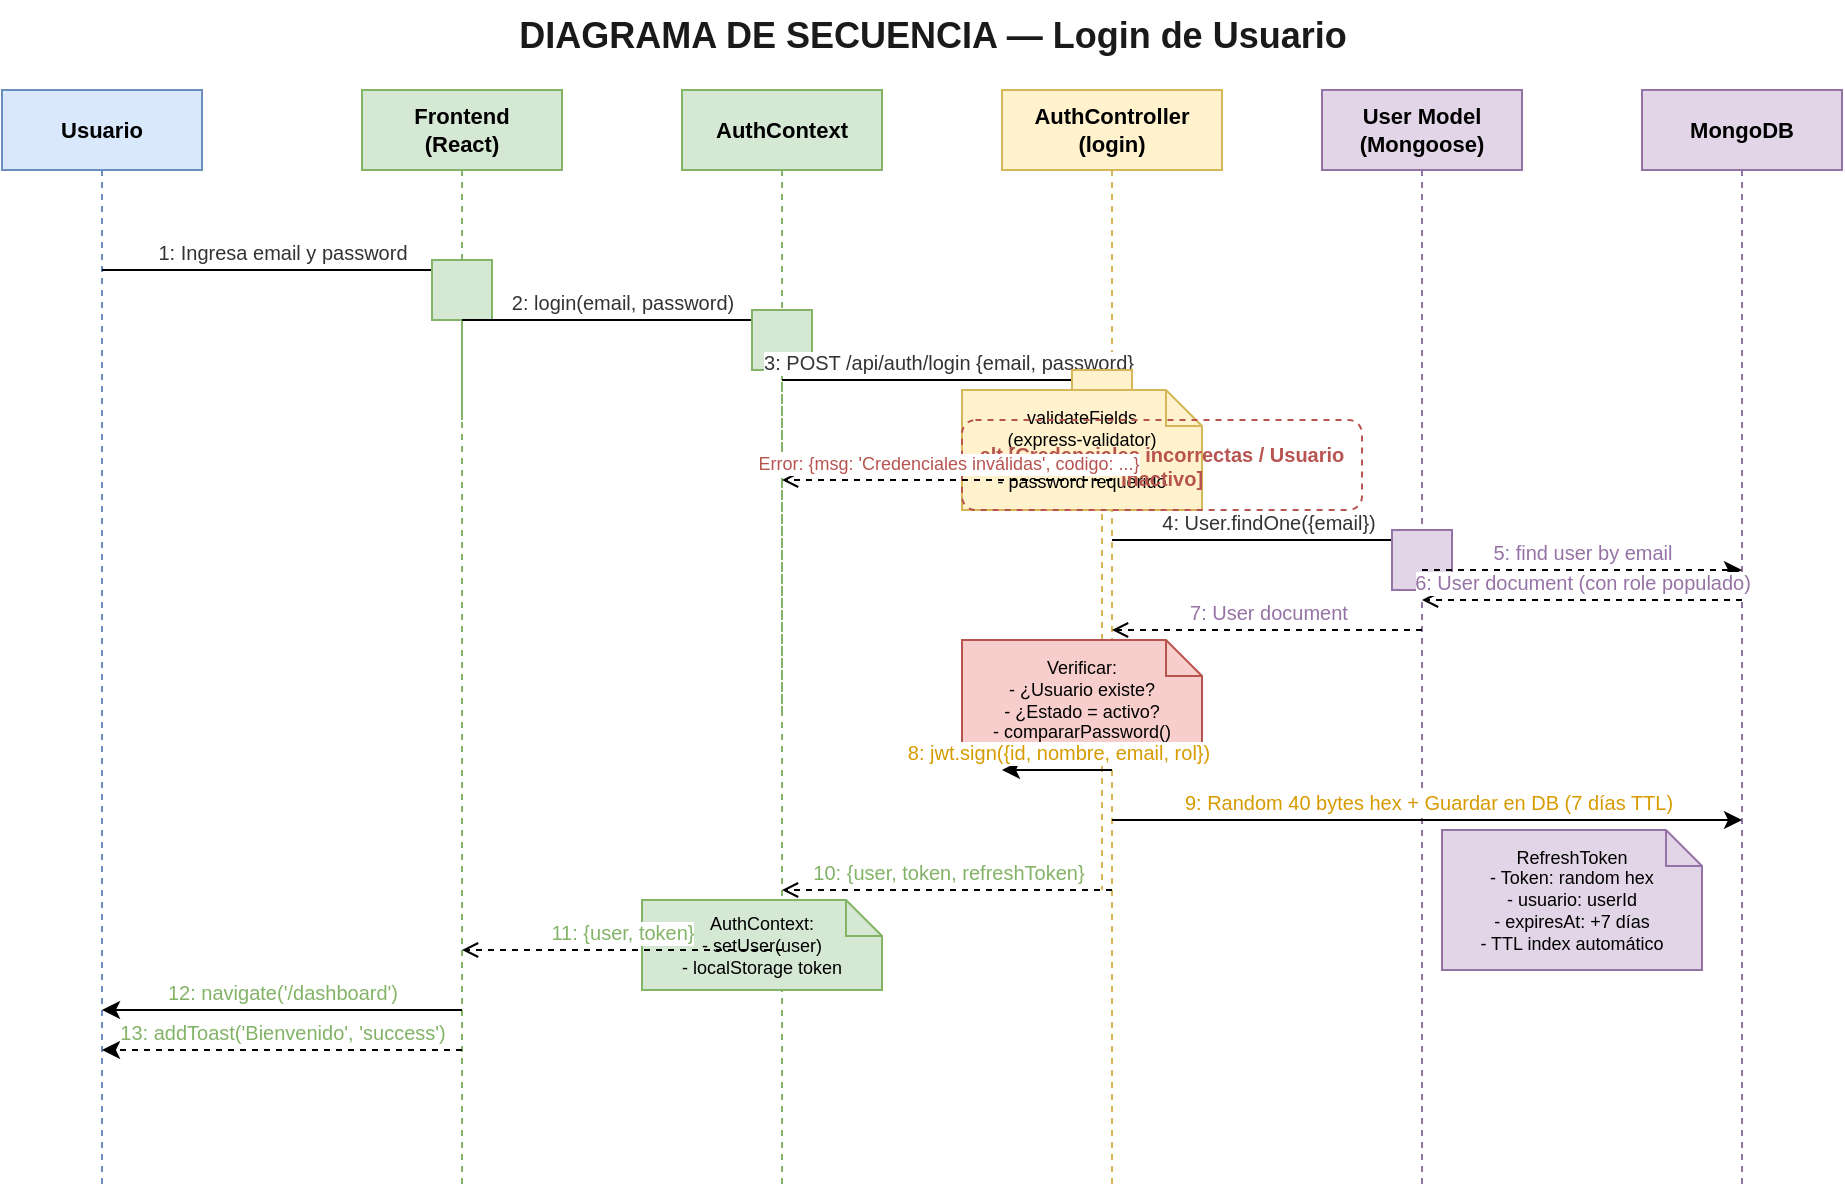
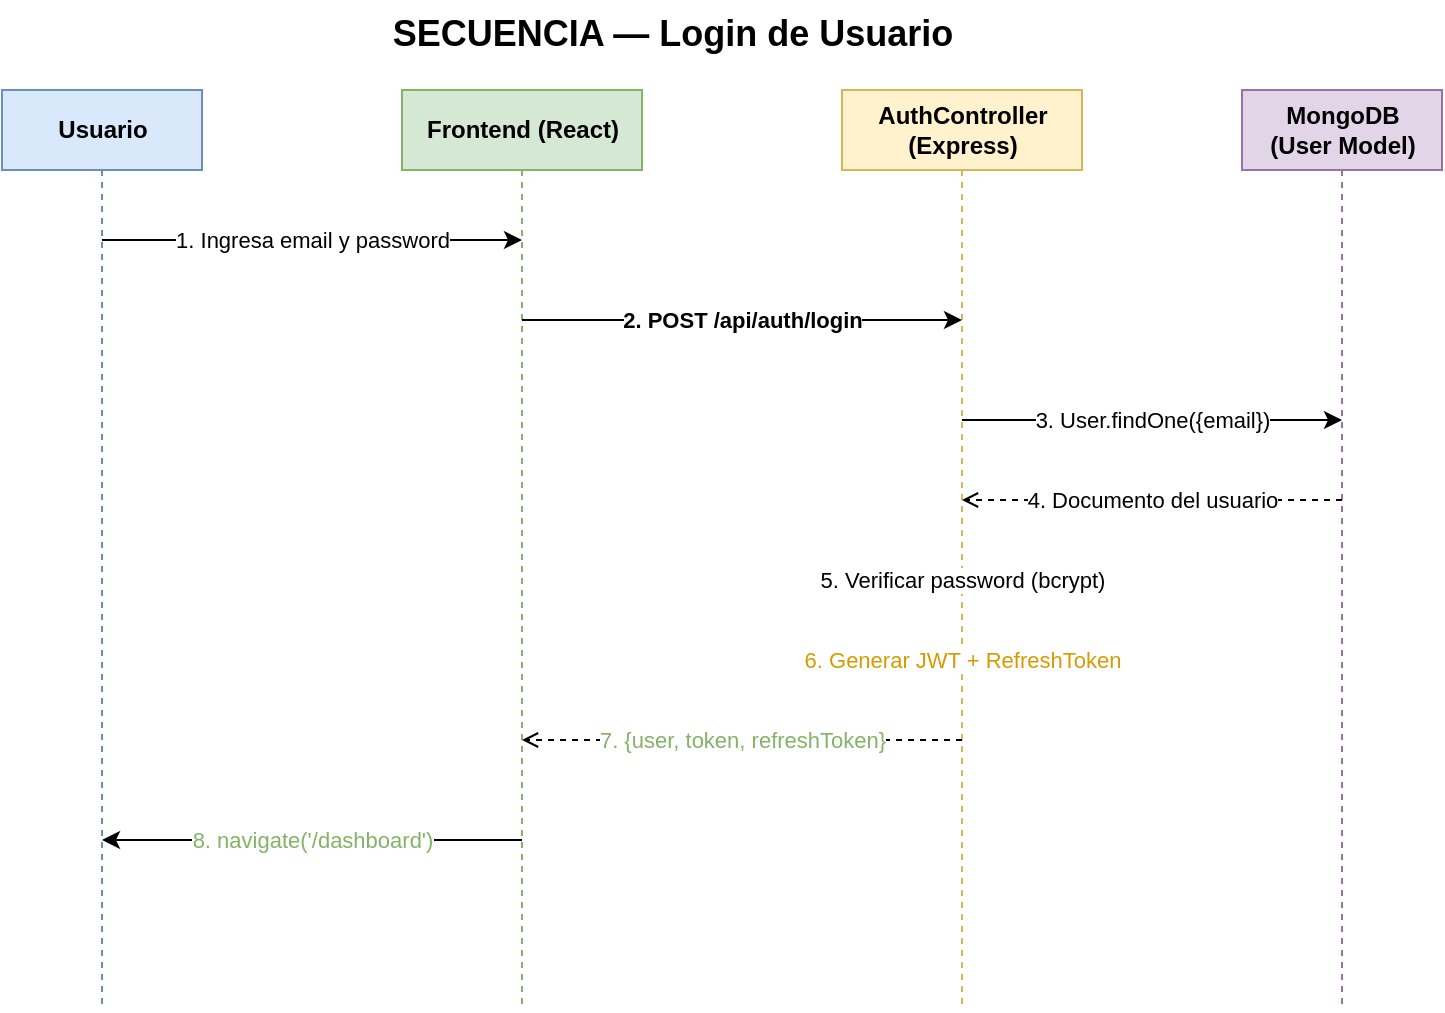
<?xml version="1.0" encoding="UTF-8"?>
- <mxfile host="app.diagrams.net" modified="2026-07-09T14:00:00.000Z" agent="FitControl" version="24.0.0">
-   <diagram name="Secuencia: Login" id="seq-login">
-     <mxGraphModel dx="1200" dy="900" grid="1" gridSize="10" guides="1" tooltips="1" connect="1" arrows="1" fold="1" page="1" pageScale="1" pageWidth="1100" pageHeight="1400" math="0" shadow="0">
+ <mxfile host="app.diagrams.net">
+   <diagram name="Login" id="seq-login">
+     <mxGraphModel dx="1000" dy="700" grid="1" gridSize="10" guides="1" tooltips="1" connect="1" arrows="1" fold="1" page="1" pageScale="1" pageWidth="800" pageHeight="700" math="0" shadow="0">
      <root>
        <mxCell id="0"/>
        <mxCell id="1" parent="0"/>

-         <!-- TITULO -->
-         <mxCell id="title" value="DIAGRAMA DE SECUENCIA — Login de Usuario" style="text;html=1;align=center;verticalAlign=middle;resizable=0;points=[];autosize=1;strokeColor=none;fillColor=none;fontSize=18;fontStyle=1;fontColor=#1A1A1A;" vertex="1" parent="1">
-           <mxGeometry x="300" y="15" width="450" height="35" as="geometry"/>
+         <mxCell id="title" value="SECUENCIA — Login de Usuario" style="text;html=1;align=center;strokeColor=none;fillColor=none;fontSize=18;fontStyle=1;" vertex="1" parent="1">
+           <mxGeometry x="220" y="10" width="350" height="35" as="geometry"/>
        </mxCell>

-         <!-- ACTORES/OBJETOS EN LA PARTE SUPERIOR -->
-         <!-- Usuario -->
-         <mxCell id="actor_usuario" value="Usuario" style="shape=umlLifeline;perimeter=lifelinePerimeter;whiteSpace=wrap;html=1;container=0;collapsible=0;recursiveResize=0;outlineConnect=0;size=40;fillColor=#dae8fc;strokeColor=#6c8ebf;fontStyle=1;fontSize=11;" vertex="1" parent="1">
-           <mxGeometry x="60" y="60" width="100" height="550" as="geometry"/>
+         <!-- LIFELINES -->
+         <mxCell id="l1" value="Usuario" style="shape=umlLifeline;perimeter=lifelinePerimeter;html=1;container=0;collapsible=0;recursiveResize=0;outlineConnect=0;size=40;fillColor=#dae8fc;strokeColor=#6c8ebf;fontStyle=1;fontSize=12;" vertex="1" parent="1">
+           <mxGeometry x="60" y="55" width="100" height="460" as="geometry"/>
        </mxCell>
-         <!-- Frontend -->
-         <mxCell id="actor_frontend" value="Frontend&#xa;(React)" style="shape=umlLifeline;perimeter=lifelinePerimeter;whiteSpace=wrap;html=1;container=0;collapsible=0;recursiveResize=0;outlineConnect=0;size=40;fillColor=#d5e8d4;strokeColor=#82b366;fontStyle=1;fontSize=11;" vertex="1" parent="1">
-           <mxGeometry x="240" y="60" width="100" height="550" as="geometry"/>
+         <mxCell id="l2" value="Frontend (React)" style="shape=umlLifeline;perimeter=lifelinePerimeter;html=1;container=0;collapsible=0;recursiveResize=0;outlineConnect=0;size=40;fillColor=#d5e8d4;strokeColor=#82b366;fontStyle=1;fontSize=12;" vertex="1" parent="1">
+           <mxGeometry x="260" y="55" width="120" height="460" as="geometry"/>
        </mxCell>
-         <!-- AuthContext -->
-         <mxCell id="actor_context" value="AuthContext" style="shape=umlLifeline;perimeter=lifelinePerimeter;whiteSpace=wrap;html=1;container=0;collapsible=0;recursiveResize=0;outlineConnect=0;size=40;fillColor=#d5e8d4;strokeColor=#82b366;fontStyle=1;fontSize=11;" vertex="1" parent="1">
-           <mxGeometry x="400" y="60" width="100" height="550" as="geometry"/>
+         <mxCell id="l3" value="AuthController&#xa;(Express)" style="shape=umlLifeline;perimeter=lifelinePerimeter;html=1;container=0;collapsible=0;recursiveResize=0;outlineConnect=0;size=40;fillColor=#fff2cc;strokeColor=#d6b656;fontStyle=1;fontSize=12;" vertex="1" parent="1">
+           <mxGeometry x="480" y="55" width="120" height="460" as="geometry"/>
        </mxCell>
-         <!-- AuthController -->
-         <mxCell id="actor_controller" value="AuthController&#xa;(login)" style="shape=umlLifeline;perimeter=lifelinePerimeter;whiteSpace=wrap;html=1;container=0;collapsible=0;recursiveResize=0;outlineConnect=0;size=40;fillColor=#fff2cc;strokeColor=#d6b656;fontStyle=1;fontSize=11;" vertex="1" parent="1">
-           <mxGeometry x="560" y="60" width="110" height="550" as="geometry"/>
-         </mxCell>
-         <!-- User Model -->
-         <mxCell id="actor_usermodel" value="User Model&#xa;(Mongoose)" style="shape=umlLifeline;perimeter=lifelinePerimeter;whiteSpace=wrap;html=1;container=0;collapsible=0;recursiveResize=0;outlineConnect=0;size=40;fillColor=#e1d5e7;strokeColor=#9673a6;fontStyle=1;fontSize=11;" vertex="1" parent="1">
-           <mxGeometry x="720" y="60" width="100" height="550" as="geometry"/>
-         </mxCell>
-         <!-- MongoDB -->
-         <mxCell id="actor_mongo" value="MongoDB" style="shape=umlLifeline;perimeter=lifelinePerimeter;whiteSpace=wrap;html=1;container=0;collapsible=0;recursiveResize=0;outlineConnect=0;size=40;fillColor=#e1d5e7;strokeColor=#9673a6;fontStyle=1;fontSize=11;" vertex="1" parent="1">
-           <mxGeometry x="880" y="60" width="100" height="550" as="geometry"/>
+         <mxCell id="l4" value="MongoDB&#xa;(User Model)" style="shape=umlLifeline;perimeter=lifelinePerimeter;html=1;container=0;collapsible=0;recursiveResize=0;outlineConnect=0;size=40;fillColor=#e1d5e7;strokeColor=#9673a6;fontStyle=1;fontSize=12;" vertex="1" parent="1">
+           <mxGeometry x="680" y="55" width="100" height="460" as="geometry"/>
        </mxCell>

-         <!-- ===== MENSAJES ===== -->
-         <!-- 1. Usuario ingresa credenciales -->
-         <mxCell id="m1" value="1: Ingresa email y password" style="html=1;verticalAlign=bottom;endArrow=classic;curved=0;rounded=0;fontSize=10;fontColor=#333333;" edge="1" parent="1">
-           <mxGeometry relative="1" as="geometry">
-             <mxPoint x="110" y="150" as="sourcePoint"/>
-             <mxPoint x="290" y="150" as="targetPoint"/>
-           </mxGeometry>
+         <!-- MENSAJES -->
+         <mxCell id="m1" value="1. Ingresa email y password" style="html=1;endArrow=classic;fontSize=11;" edge="1" parent="1">
+           <mxGeometry relative="1" as="geometry"><mxPoint x="110" y="130" as="sourcePoint"/><mxPoint x="320" y="130" as="targetPoint"/></mxGeometry>
        </mxCell>
-         <!-- Activación Frontend -->
-         <mxCell id="act_fe_1" value="" style="shape=umlLifeline;perimeter=lifelinePerimeter;html=1;container=0;collapsible=0;recursiveResize=0;outlineConnect=0;size=30;fillColor=#d5e8d4;strokeColor=#82b366;" vertex="1" parent="1">
-           <mxGeometry x="275" y="145" width="30" height="80" as="geometry"/>
+         <mxCell id="m2" value="2. POST /api/auth/login" style="html=1;endArrow=classic;fontSize=11;fontStyle=1;" edge="1" parent="1">
+           <mxGeometry relative="1" as="geometry"><mxPoint x="320" y="170" as="sourcePoint"/><mxPoint x="540" y="170" as="targetPoint"/></mxGeometry>
        </mxCell>
-         <!-- 2. Llama a login() del context -->
-         <mxCell id="m2" value="2: login(email, password)" style="html=1;verticalAlign=bottom;endArrow=classic;curved=0;rounded=0;fontSize=10;fontColor=#333333;" edge="1" parent="1">
-           <mxGeometry relative="1" as="geometry">
-             <mxPoint x="290" y="175" as="sourcePoint"/>
-             <mxPoint x="450" y="175" as="targetPoint"/>
-           </mxGeometry>
+         <mxCell id="m3" value="3. User.findOne({email})" style="html=1;endArrow=classic;fontSize=11;" edge="1" parent="1">
+           <mxGeometry relative="1" as="geometry"><mxPoint x="540" y="220" as="sourcePoint"/><mxPoint x="730" y="220" as="targetPoint"/></mxGeometry>
        </mxCell>
-         <!-- Activación Context -->
-         <mxCell id="act_ctx_1" value="" style="shape=umlLifeline;perimeter=lifelinePerimeter;html=1;container=0;collapsible=0;recursiveResize=0;outlineConnect=0;size=30;fillColor=#d5e8d4;strokeColor=#82b366;" vertex="1" parent="1">
-           <mxGeometry x="435" y="170" width="30" height="200" as="geometry"/>
+         <mxCell id="m4" value="4. Documento del usuario" style="html=1;endArrow=open;fontSize=11;dashed=1;" edge="1" parent="1">
+           <mxGeometry relative="1" as="geometry"><mxPoint x="730" y="260" as="sourcePoint"/><mxPoint x="540" y="260" as="targetPoint"/></mxGeometry>
        </mxCell>
-         <!-- 3. POST /api/auth/login -->
-         <mxCell id="m3" value="3: POST /api/auth/login {email, password}" style="html=1;verticalAlign=bottom;endArrow=classic;curved=0;rounded=0;fontSize=10;fontColor=#333333;" edge="1" parent="1">
-           <mxGeometry relative="1" as="geometry">
-             <mxPoint x="450" y="205" as="sourcePoint"/>
-             <mxPoint x="615" y="205" as="targetPoint"/>
-           </mxGeometry>
+         <mxCell id="m5" value="5. Verificar password (bcrypt)" style="html=1;endArrow=classic;fontSize=11;" edge="1" parent="1">
+           <mxGeometry relative="1" as="geometry"><mxPoint x="540" y="300" as="sourcePoint"/><mxPoint x="540" y="300" as="targetPoint"/></mxGeometry>
        </mxCell>
-         <!-- Activación Controller -->
-         <mxCell id="act_ctrl_1" value="" style="shape=umlLifeline;perimeter=lifelinePerimeter;html=1;container=0;collapsible=0;recursiveResize=0;outlineConnect=0;size=30;fillColor=#fff2cc;strokeColor=#d6b656;" vertex="1" parent="1">
-           <mxGeometry x="595" y="200" width="30" height="260" as="geometry"/>
+         <mxCell id="m6" value="6. Generar JWT + RefreshToken" style="html=1;endArrow=classic;fontSize=11;fontColor=#d79b00;" edge="1" parent="1">
+           <mxGeometry relative="1" as="geometry"><mxPoint x="540" y="340" as="sourcePoint"/><mxPoint x="540" y="340" as="targetPoint"/></mxGeometry>
        </mxCell>
-         <!-- 4. Validar campos -->
-         <mxCell id="note1" value="validateFields&#xa;(express-validator)&#xa;- email válido&#xa;- password requerido" style="shape=note;whiteSpace=wrap;html=1;backgroundOutline=1;size=18;fillColor=#fff2cc;strokeColor=#d6b656;fontSize=9;" vertex="1" parent="1">
-           <mxGeometry x="540" y="210" width="120" height="60" as="geometry"/>
+         <mxCell id="m7" value="7. {user, token, refreshToken}" style="html=1;endArrow=open;fontSize=11;dashed=1;fontColor=#82b366;" edge="1" parent="1">
+           <mxGeometry relative="1" as="geometry"><mxPoint x="540" y="380" as="sourcePoint"/><mxPoint x="320" y="380" as="targetPoint"/></mxGeometry>
        </mxCell>
-         <!-- 5. Buscar usuario por email -->
-         <mxCell id="m4" value="4: User.findOne({email})" style="html=1;verticalAlign=bottom;endArrow=classic;curved=0;rounded=0;fontSize=10;fontColor=#333333;" edge="1" parent="1">
-           <mxGeometry relative="1" as="geometry">
-             <mxPoint x="615" y="285" as="sourcePoint"/>
-             <mxPoint x="770" y="285" as="targetPoint"/>
-           </mxGeometry>
-         </mxCell>
-         <!-- Activación User Model -->
-         <mxCell id="act_um_1" value="" style="shape=umlLifeline;perimeter=lifelinePerimeter;html=1;container=0;collapsible=0;recursiveResize=0;outlineConnect=0;size=30;fillColor=#e1d5e7;strokeColor=#9673a6;" vertex="1" parent="1">
-           <mxGeometry x="755" y="280" width="30" height="45" as="geometry"/>
-         </mxCell>
-         <!-- 6. Query MongoDB -->
-         <mxCell id="m5" value="5: find user by email" style="html=1;verticalAlign=bottom;endArrow=classic;curved=0;rounded=0;fontSize=10;fontColor=#9673a6;dashed=1;" edge="1" parent="1">
-           <mxGeometry relative="1" as="geometry">
-             <mxPoint x="770" y="300" as="sourcePoint"/>
-             <mxPoint x="930" y="300" as="targetPoint"/>
-           </mxGeometry>
-         </mxCell>
-         <!-- 7. Retorna usuario -->
-         <mxCell id="m6" value="6: User document (con role populado)" style="html=1;verticalAlign=bottom;endArrow=open;curved=0;rounded=0;fontSize=10;fontColor=#9673a6;dashed=1;" edge="1" parent="1">
-           <mxGeometry relative="1" as="geometry">
-             <mxPoint x="930" y="315" as="sourcePoint"/>
-             <mxPoint x="770" y="315" as="targetPoint"/>
-           </mxGeometry>
-         </mxCell>
-         <!-- 7b. Retorna a controller -->
-         <mxCell id="m7" value="7: User document" style="html=1;verticalAlign=bottom;endArrow=open;curved=0;rounded=0;fontSize=10;fontColor=#9673a6;dashed=1;" edge="1" parent="1">
-           <mxGeometry relative="1" as="geometry">
-             <mxPoint x="770" y="330" as="sourcePoint"/>
-             <mxPoint x="615" y="330" as="targetPoint"/>
-           </mxGeometry>
-         </mxCell>
- 
-         <!-- NOTA: Verificar usuario -->
-         <mxCell id="note2" value="Verificar:&#xa;- ¿Usuario existe?&#xa;- ¿Estado = activo?&#xa;- compararPassword()" style="shape=note;whiteSpace=wrap;html=1;backgroundOutline=1;size=18;fillColor=#f8cecc;strokeColor=#b85450;fontSize=9;" vertex="1" parent="1">
-           <mxGeometry x="540" y="335" width="120" height="60" as="geometry"/>
-         </mxCell>
- 
-         <!-- 8. Generar JWT -->
-         <mxCell id="m8" value="8: jwt.sign({id, nombre, email, rol})" style="html=1;verticalAlign=bottom;endArrow=classic;curved=0;rounded=0;fontSize=10;fontColor=#d79b00;" edge="1" parent="1">
-           <mxGeometry relative="1" as="geometry">
-             <mxPoint x="615" y="400" as="sourcePoint"/>
-             <mxPoint x="560" y="400" as="targetPoint"/>
-           </mxGeometry>
-         </mxCell>
-         <!-- 9. Generar RefreshToken -->
-         <mxCell id="m9" value="9: Random 40 bytes hex + Guardar en DB (7 días TTL)" style="html=1;verticalAlign=bottom;endArrow=classic;curved=0;rounded=0;fontSize=10;fontColor=#d79b00;" edge="1" parent="1">
-           <mxGeometry relative="1" as="geometry">
-             <mxPoint x="615" y="425" as="sourcePoint"/>
-             <mxPoint x="930" y="425" as="targetPoint"/>
-           </mxGeometry>
-         </mxCell>
-         <mxCell id="note3" value="RefreshToken&#xa;- Token: random hex&#xa;- usuario: userId&#xa;- expiresAt: +7 días&#xa;- TTL index automático" style="shape=note;whiteSpace=wrap;html=1;backgroundOutline=1;size=18;fillColor=#e1d5e7;strokeColor=#9673a6;fontSize=9;" vertex="1" parent="1">
-           <mxGeometry x="780" y="430" width="130" height="70" as="geometry"/>
-         </mxCell>
- 
-         <!-- 10. Respuesta al context -->
-         <mxCell id="m10" value="10: {user, token, refreshToken}" style="html=1;verticalAlign=bottom;endArrow=open;curved=0;rounded=0;fontSize=10;fontColor=#82b366;dashed=1;" edge="1" parent="1">
-           <mxGeometry relative="1" as="geometry">
-             <mxPoint x="615" y="460" as="sourcePoint"/>
-             <mxPoint x="450" y="460" as="targetPoint"/>
-           </mxGeometry>
-         </mxCell>
-         <!-- 11. Context guarda estado -->
-         <mxCell id="note4" value="AuthContext:&#xa;- setUser(user)&#xa;- localStorage token" style="shape=note;whiteSpace=wrap;html=1;backgroundOutline=1;size=18;fillColor=#d5e8d4;strokeColor=#82b366;fontSize=9;" vertex="1" parent="1">
-           <mxGeometry x="380" y="465" width="120" height="45" as="geometry"/>
-         </mxCell>
-         <!-- 12. Retorna al frontend -->
-         <mxCell id="m11" value="11: {user, token}" style="html=1;verticalAlign=bottom;endArrow=open;curved=0;rounded=0;fontSize=10;fontColor=#82b366;dashed=1;" edge="1" parent="1">
-           <mxGeometry relative="1" as="geometry">
-             <mxPoint x="450" y="490" as="sourcePoint"/>
-             <mxPoint x="290" y="490" as="targetPoint"/>
-           </mxGeometry>
-         </mxCell>
-         <!-- 13. Navigate to dashboard -->
-         <mxCell id="m12" value="12: navigate('/dashboard')" style="html=1;verticalAlign=bottom;endArrow=classic;curved=0;rounded=0;fontSize=10;fontColor=#82b366;" edge="1" parent="1">
-           <mxGeometry relative="1" as="geometry">
-             <mxPoint x="290" y="520" as="sourcePoint"/>
-             <mxPoint x="110" y="520" as="targetPoint"/>
-           </mxGeometry>
-         </mxCell>
-         <!-- 14. Toast success -->
-         <mxCell id="m13" value="13: addToast('Bienvenido', 'success')" style="html=1;verticalAlign=bottom;endArrow=classic;curved=0;rounded=0;fontSize=10;fontColor=#82b366;dashed=1;" edge="1" parent="1">
-           <mxGeometry relative="1" as="geometry">
-             <mxPoint x="290" y="540" as="sourcePoint"/>
-             <mxPoint x="110" y="540" as="targetPoint"/>
-           </mxGeometry>
-         </mxCell>
- 
-         <!-- FRAGMENTO: Error -->
-         <mxCell id="alt_box" value="alt [Credenciales incorrectas / Usuario inactivo]" style="shape=frame;whiteSpace=wrap;html=1;startSize=24;fillColor=none;strokeColor=#b85450;fontSize=10;fontStyle=1;fontColor=#b85450;rounded=1;dashed=1;" vertex="1" parent="1">
-           <mxGeometry x="540" y="225" width="200" height="45" as="geometry"/>
-         </mxCell>
-         <mxCell id="m_err" value="Error: {msg: 'Credenciales inválidas', codigo: ...}" style="html=1;verticalAlign=bottom;endArrow=open;curved=0;rounded=0;fontSize=9;fontColor=#b85450;dashed=1;" edge="1" parent="1">
-           <mxGeometry relative="1" as="geometry">
-             <mxPoint x="615" y="255" as="sourcePoint"/>
-             <mxPoint x="450" y="255" as="targetPoint"/>
-           </mxGeometry>
+         <mxCell id="m8" value="8. navigate('/dashboard')" style="html=1;endArrow=classic;fontSize=11;fontColor=#82b366;" edge="1" parent="1">
+           <mxGeometry relative="1" as="geometry"><mxPoint x="320" y="430" as="sourcePoint"/><mxPoint x="110" y="430" as="targetPoint"/></mxGeometry>
        </mxCell>

      </root>
    </mxGraphModel>
  </diagram>
</mxfile>
